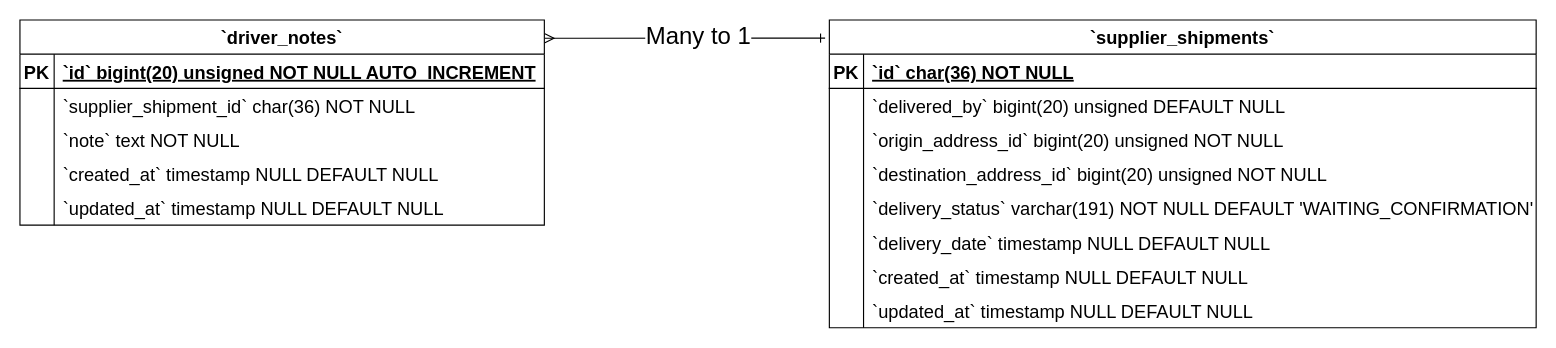
This is Driver Notes ERD Diagram.drawio from Simasco/diagram, a draw.io file, before an edit. Source tidied: cells renumbered, new cells numbered last; positions are measured from the earlier drawing's top-left corner, leaving out a move shared by most shapes. Both pictures are drawn from the tidied source at 114%, with x=0, y=0 at pixel (19, 19).
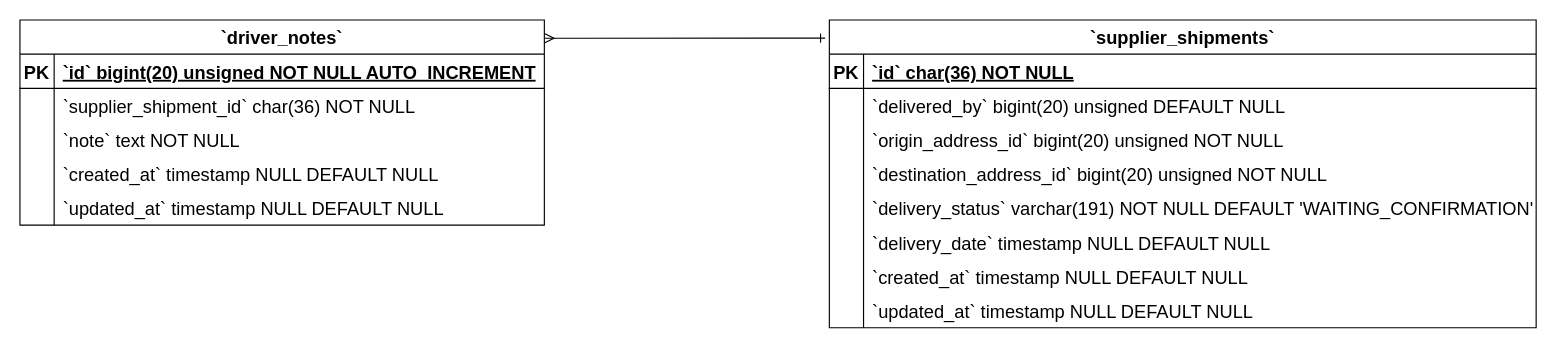
After the change.

The change refers to these unchanged cells:
```xml
<mxCell id="43" style="edgeStyle=entityRelationEdgeStyle;fontSize=12;html=1;endArrow=ERmany;rounded=0;entryX=1.001;entryY=0.089;entryDx=0;entryDy=0;entryPerimeter=0;exitX=-0.006;exitY=0.059;exitDx=0;exitDy=0;exitPerimeter=0;endFill=0;startArrow=ERone;startFill=0;" parent="1" edge="1" source="18" target="2">
  <mxGeometry relative="1" as="geometry" />
</mxCell>
```

Diff of the diagram source:
```diff
@@
-    <mxCell id="44" value="&lt;font style=&quot;font-size: 21px;&quot;&gt;Many to 1&lt;/font&gt;" style="edgeLabel;html=1;align=center;verticalAlign=middle;" parent="43" vertex="1">
-      <mxGeometry x="-0.1" y="-2" relative="1" as="geometry">
-        <mxPoint x="-1" as="offset" />
-      </mxGeometry>
-    </mxCell>
```
